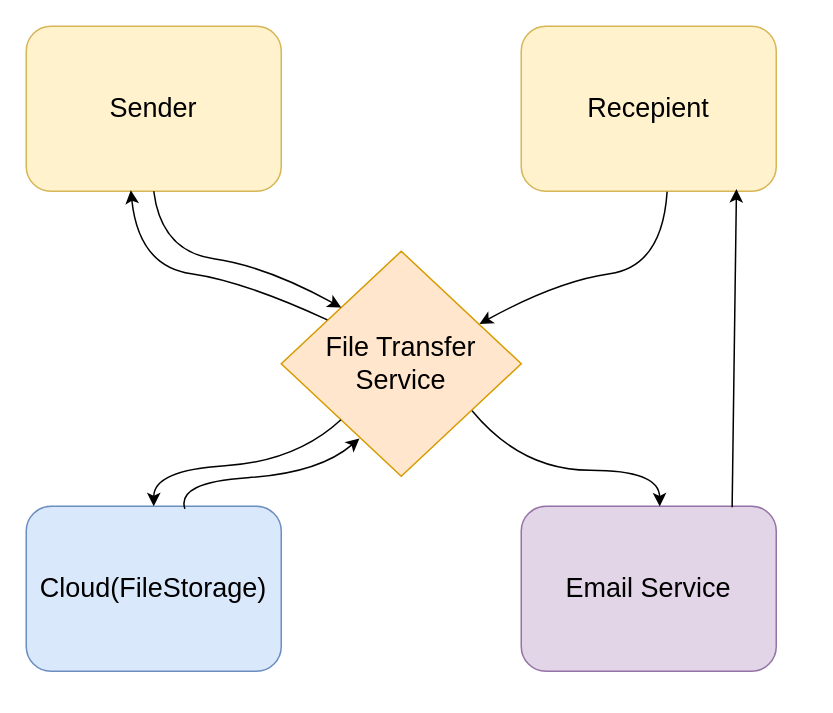
Above: file_exchanger/docs/context.drawio in groknut/fossdev (draw.io), before the change. Source tidied: cells renumbered, new cells numbered last; positions are measured from the earlier drawing's top-left corner, leaving out a move shared by most shapes. Both pictures are drawn from the tidied source at 150%, with x=0, y=0 at pixel (26, 26).
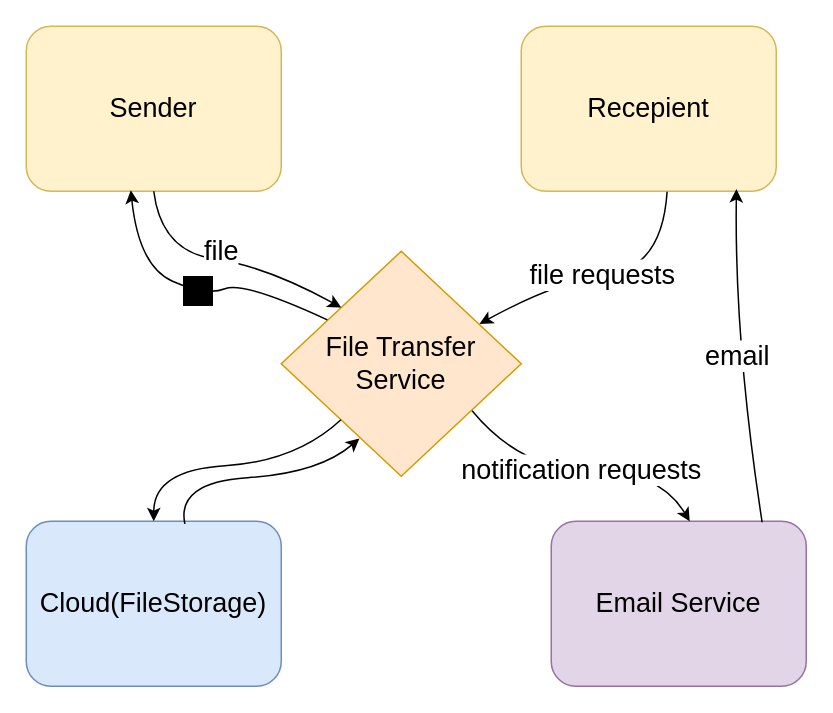
The same diagram, later.

Commit message:
modified context diagram

Change to the diagram source:
```diff
@@
-    <mxCell id="2" value="File Transfer Service" style="rhombus;whiteSpace=wrap;html=1;fontSize=18;fillColor=#ffe6cc;strokeColor=#d79b00;" parent="1" vertex="1">
+    <mxCell id="2" value="&lt;font style=&quot;color: rgb(0, 0, 0);&quot;&gt;File Transfer Service&lt;/font&gt;" style="rhombus;whiteSpace=wrap;html=1;fontSize=18;fillColor=#ffe6cc;strokeColor=#d79b00;" parent="1" vertex="1">
       <mxGeometry x="170" y="150" width="160" height="150" as="geometry" />
     </mxCell>
-    <mxCell id="3" value="Sender" style="rounded=1;whiteSpace=wrap;html=1;fontSize=18;fillColor=#fff2cc;strokeColor=#d6b656;" parent="1" vertex="1">
+    <mxCell id="3" value="&lt;font style=&quot;color: rgb(0, 0, 0);&quot;&gt;Sender&lt;/font&gt;" style="rounded=1;whiteSpace=wrap;html=1;fontSize=18;fillColor=#fff2cc;strokeColor=#d6b656;" parent="1" vertex="1">
       <mxGeometry width="170" height="110" as="geometry" />
     </mxCell>
-    <mxCell id="4" value="Recepient" style="rounded=1;whiteSpace=wrap;html=1;fontSize=18;fillColor=#fff2cc;strokeColor=#d6b656;" parent="1" vertex="1">
+    <mxCell id="4" value="&lt;font style=&quot;color: rgb(0, 0, 0);&quot;&gt;Recepient&lt;/font&gt;" style="rounded=1;whiteSpace=wrap;html=1;fontSize=18;fillColor=#fff2cc;strokeColor=#d6b656;" parent="1" vertex="1">
       <mxGeometry x="330" width="170" height="110" as="geometry" />
     </mxCell>
-    <mxCell id="5" value="Cloud(FileStorage)" style="rounded=1;whiteSpace=wrap;html=1;fontSize=18;fillColor=#dae8fc;strokeColor=#6c8ebf;" parent="1" vertex="1">
-      <mxGeometry y="320" width="170" height="110" as="geometry" />
+    <mxCell id="5" value="&lt;font style=&quot;color: rgb(0, 0, 0);&quot;&gt;Cloud(FileStorage)&lt;/font&gt;" style="rounded=1;whiteSpace=wrap;html=1;fontSize=18;fillColor=#dae8fc;strokeColor=#6c8ebf;" parent="1" vertex="1">
+      <mxGeometry y="330" width="170" height="110" as="geometry" />
     </mxCell>
-    <mxCell id="6" value="Email Service" style="rounded=1;whiteSpace=wrap;html=1;fontSize=18;fillColor=#e1d5e7;strokeColor=#9673a6;" parent="1" vertex="1">
-      <mxGeometry x="330" y="320" width="170" height="110" as="geometry" />
+    <mxCell id="6" value="&lt;font style=&quot;color: rgb(0, 0, 0);&quot;&gt;Email Service&lt;/font&gt;" style="rounded=1;whiteSpace=wrap;html=1;fontSize=18;fillColor=#e1d5e7;strokeColor=#9673a6;" parent="1" vertex="1">
+      <mxGeometry x="350" y="330" width="170" height="110" as="geometry" />
     </mxCell>
-    <mxCell id="7" style="curved=1;endArrow=classic;html=1;rounded=0;entryX=0;entryY=0;entryDx=0;entryDy=0;exitX=0.5;exitY=1;exitDx=0;exitDy=0;fontSize=18;" parent="1" edge="1" source="3" target="2">
-      <mxGeometry relative="1" as="geometry">
+    <mxCell id="7" value="file" style="curved=1;endArrow=classic;html=1;rounded=0;entryX=0;entryY=0;entryDx=0;entryDy=0;exitX=0.5;exitY=1;exitDx=0;exitDy=0;fontSize=18;" parent="1" edge="1" source="3" target="2">
+      <mxGeometry x="-0.05" y="6" relative="1" as="geometry">
         <Array as="points">
           <mxPoint x="90" y="150" />
           <mxPoint x="160" y="160" />
         </Array>
       </mxGeometry>
     </mxCell>
-    <mxCell id="8" style="curved=1;endArrow=none;html=1;rounded=0;entryX=0.192;entryY=0.305;entryDx=0;entryDy=0;exitX=0.41;exitY=0.994;exitDx=0;exitDy=0;exitPerimeter=0;endFill=0;startArrow=classic;startFill=1;entryPerimeter=0;fontSize=18;" parent="1" edge="1" source="3" target="2">
+    <mxCell id="8" value="&lt;span style=&quot;background-color: rgb(0, 0, 0);&quot;&gt;url&lt;/span&gt;" style="curved=1;endArrow=none;html=1;rounded=0;entryX=0.192;entryY=0.305;entryDx=0;entryDy=0;exitX=0.41;exitY=0.994;exitDx=0;exitDy=0;exitPerimeter=0;endFill=0;startArrow=classic;startFill=1;entryPerimeter=0;fontSize=18;" parent="1" edge="1" source="3" target="2">
       <mxGeometry relative="1" as="geometry">
         <Array as="points">
           <mxPoint x="75" y="160" />
+          <mxPoint x="120" y="180" />
           <mxPoint x="145" y="170" />
         </Array>
       </mxGeometry>
     </mxCell>
-    <mxCell id="9" style="curved=1;endArrow=classic;html=1;rounded=0;entryX=0.826;entryY=0.323;entryDx=0;entryDy=0;exitX=0.572;exitY=1.003;exitDx=0;exitDy=0;exitPerimeter=0;entryPerimeter=0;fontSize=18;" parent="1" edge="1" source="4" target="2">
+    <mxCell id="9" value="file requests" style="curved=1;endArrow=classic;html=1;rounded=0;entryX=0.826;entryY=0.323;entryDx=0;entryDy=0;exitX=0.572;exitY=1.003;exitDx=0;exitDy=0;exitPerimeter=0;entryPerimeter=0;fontSize=18;" parent="1" edge="1" source="4" target="2">
       <mxGeometry relative="1" as="geometry">
         <Array as="points">
           <mxPoint x="424" y="160" />
           <mxPoint x="354" y="170" />
         </Array>
       </mxGeometry>
     </mxCell>
@@
-    <mxCell id="11" style="curved=1;endArrow=none;html=1;rounded=0;exitX=0.543;exitY=0.001;exitDx=0;exitDy=0;endFill=0;startArrow=classic;startFill=1;fontSize=18;entryX=0.795;entryY=0.709;entryDx=0;entryDy=0;entryPerimeter=0;exitPerimeter=0;" parent="1" edge="1" source="6" target="2">
+    <mxCell id="11" value="notification requests" style="curved=1;endArrow=none;html=1;rounded=0;exitX=0.543;exitY=0.001;exitDx=0;exitDy=0;endFill=0;startArrow=classic;startFill=1;fontSize=18;entryX=0.795;entryY=0.709;entryDx=0;entryDy=0;entryPerimeter=0;exitPerimeter=0;" parent="1" edge="1" source="6" target="2">
       <mxGeometry relative="1" as="geometry">
         <Array as="points">
           <mxPoint x="422" y="296" />
           <mxPoint x="330" y="296" />
         </Array>
       </mxGeometry>
     </mxCell>
-    <mxCell id="12" style="curved=1;endArrow=none;html=1;rounded=0;endFill=0;startArrow=classic;startFill=1;fontSize=18;entryX=0.827;entryY=0.006;entryDx=0;entryDy=0;entryPerimeter=0;exitX=0.844;exitY=0.987;exitDx=0;exitDy=0;exitPerimeter=0;" parent="1" edge="1" source="4" target="6">
+    <mxCell id="12" value="email" style="curved=1;endArrow=none;html=1;rounded=0;endFill=0;startArrow=classic;startFill=1;fontSize=18;entryX=0.827;entryY=0.006;entryDx=0;entryDy=0;entryPerimeter=0;exitX=0.844;exitY=0.987;exitDx=0;exitDy=0;exitPerimeter=0;" parent="1" edge="1" source="4" target="6">
       <mxGeometry relative="1" as="geometry">
         <Array as="points">
           <mxPoint x="472" y="210" />
         </Array>
       </mxGeometry>
     </mxCell>
```
